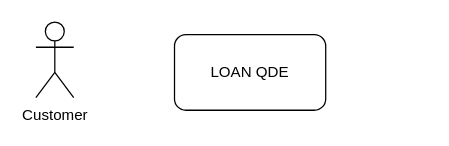
himasai-hub/himasai-hub keeps this draw.io diagram as Untitled Diagram.drawio. Above is the earlier version. Source tidied: cells renumbered, new cells numbered last; positions are measured from the earlier drawing's top-left corner, leaving out a move shared by most shapes. Both pictures are drawn from the tidied source at 126%, with x=0, y=0 at pixel (35, 21).
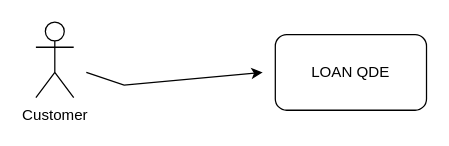
After the change.

What changed in the source:
```diff
@@
 <mxGraphModel>
   <root>
     <mxCell id="0" />
     <mxCell id="1" parent="0" />
     <mxCell id="2" value="Customer&lt;br&gt;" style="shape=umlActor;verticalLabelPosition=bottom;verticalAlign=top;html=1;" parent="1" vertex="1">
       <mxGeometry width="30" height="60" as="geometry" />
     </mxCell>
     <mxCell id="3" value="LOAN QDE&lt;br&gt;" style="rounded=1;whiteSpace=wrap;html=1;" parent="1" vertex="1">
-      <mxGeometry x="110" y="10" width="120" height="60" as="geometry" />
+      <mxGeometry x="190" y="10" width="120" height="60" as="geometry" />
     </mxCell>
+    <mxCell id="4" style="endArrow=classic;html=1;rounded=0;" parent="1" edge="1">
+      <mxGeometry relative="1" as="geometry">
+        <mxPoint x="40" y="40" as="sourcePoint" />
+        <mxPoint x="180" y="40" as="targetPoint" />
+        <Array as="points">
+          <mxPoint x="70" y="50" />
+        </Array>
+      </mxGeometry>
+    </mxCell>
   </root>
 </mxGraphModel>
```
